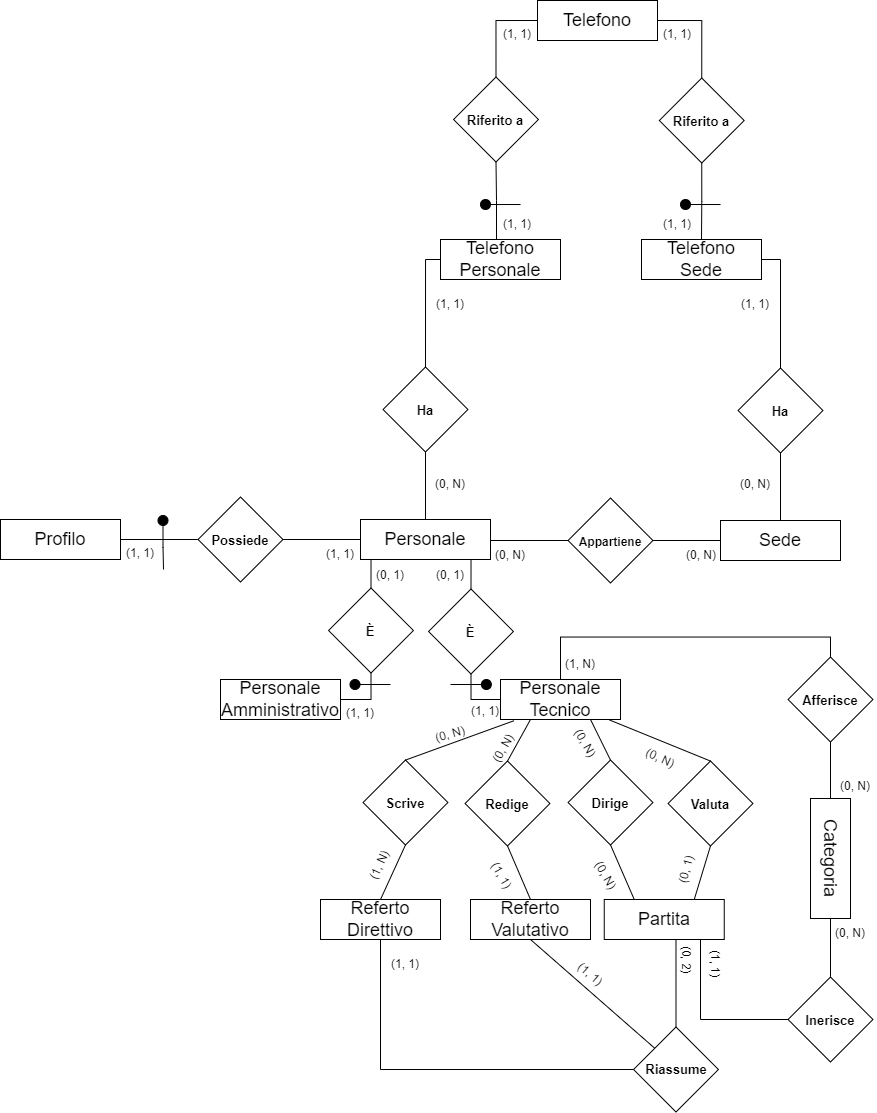
Before: ERDiagram/WhistleERRistrutturato.drawio.png, a diagram exported from draw.io (savernike/DiagramsSet). Source tidied: cells renumbered, new cells last; positions are measured from the earlier drawing's top-left corner, leaving out a move shared by most shapes.
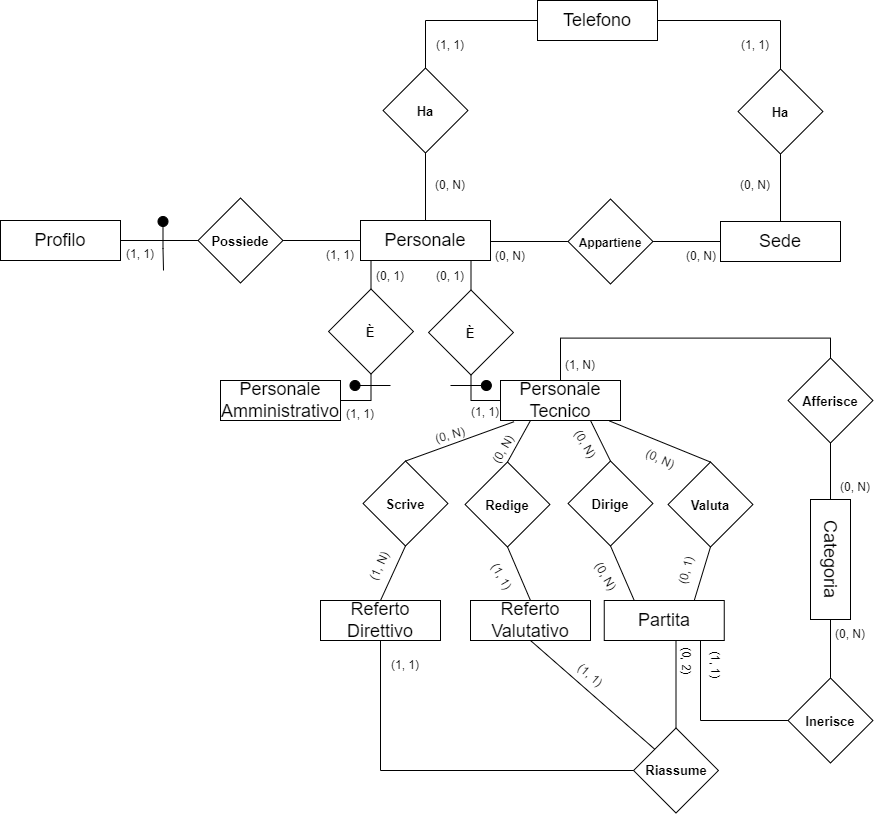
The same file after the commit.

Commit message:
Rollback divisione del telefono

What changed in the source:
```diff
@@ -202,15 +202,12 @@
     <mxCell id="64" value="(0, 2)" style="text;strokeColor=none;align=center;fillColor=none;html=1;verticalAlign=middle;whiteSpace=wrap;rounded=0;rotation=90;" parent="1" vertex="1">
       <mxGeometry x="665.5" y="944" width="40" height="30" as="geometry" />
     </mxCell>
-    <mxCell id="65" style="edgeStyle=orthogonalEdgeStyle;shape=connector;rounded=0;jettySize=auto;html=1;exitX=0;exitY=0.5;exitDx=0;exitDy=0;entryX=0;entryY=0;entryDx=0;entryDy=0;labelBackgroundColor=default;strokeColor=default;fontFamily=Helvetica;fontSize=11;fontColor=default;endArrow=none;endFill=0;" parent="1" edge="1" source="67" target="103">
-      <mxGeometry relative="1" as="geometry" />
-    </mxCell>
-    <mxCell id="66" style="edgeStyle=orthogonalEdgeStyle;shape=connector;rounded=0;jettySize=auto;html=1;exitX=1;exitY=0.5;exitDx=0;exitDy=0;entryX=0;entryY=0;entryDx=0;entryDy=0;labelBackgroundColor=default;strokeColor=default;fontFamily=Helvetica;fontSize=11;fontColor=default;endArrow=none;endFill=0;" parent="1" edge="1" source="67" target="106">
-      <mxGeometry relative="1" as="geometry" />
-    </mxCell>
     <mxCell id="67" value="&lt;font style=&quot;font-size: 18px;&quot;&gt;Telefono&lt;/font&gt;" style="rounded=0;whiteSpace=wrap;html=1;fontFamily=Helvetica;fontSize=11;fontColor=default;rotation=0;" parent="1" vertex="1">
-      <mxGeometry x="537" width="120" height="40" as="geometry" />
+      <mxGeometry x="537" y="299" width="120" height="40" as="geometry" />
     </mxCell>
+    <mxCell id="116" style="edgeStyle=orthogonalEdgeStyle;shape=connector;rounded=0;jettySize=auto;html=1;exitX=0;exitY=0;exitDx=0;exitDy=0;entryX=0;entryY=0.5;entryDx=0;entryDy=0;labelBackgroundColor=default;strokeColor=default;fontFamily=Helvetica;fontSize=11;fontColor=default;endArrow=none;endFill=0;" parent="1" edge="1" source="68" target="67">
+      <mxGeometry relative="1" as="geometry" />
+    </mxCell>
     <mxCell id="68" style="whiteSpace=wrap;html=1;fontFamily=Helvetica;fontSize=11;fontColor=default;rotation=45;" parent="1" vertex="1">
       <mxGeometry x="395" y="379" width="60" height="60" as="geometry" />
     </mxCell>
@@ -220,6 +217,9 @@
     <mxCell id="70" style="edgeStyle=orthogonalEdgeStyle;shape=connector;rounded=0;jettySize=auto;html=1;exitX=1;exitY=1;exitDx=0;exitDy=0;labelBackgroundColor=default;strokeColor=default;fontFamily=Helvetica;fontSize=11;fontColor=default;endArrow=none;endFill=0;" parent="1" edge="1" source="71" target="15">
       <mxGeometry relative="1" as="geometry" />
     </mxCell>
+    <mxCell id="117" style="edgeStyle=orthogonalEdgeStyle;rounded=0;jettySize=auto;html=1;exitX=0;exitY=0;exitDx=0;exitDy=0;entryX=1;entryY=0.5;entryDx=0;entryDy=0;endArrow=none;endFill=0;" parent="1" edge="1" source="71" target="67">
+      <mxGeometry relative="1" as="geometry" />
+    </mxCell>
     <mxCell id="71" style="whiteSpace=wrap;html=1;fontFamily=Helvetica;fontSize=11;fontColor=default;rotation=45;" parent="1" vertex="1">
       <mxGeometry x="750" y="380" width="60" height="60" as="geometry" />
     </mxCell>
@@ -229,15 +229,9 @@
     <mxCell id="73" value="(0, N)" style="text;strokeColor=none;align=center;fillColor=none;html=1;verticalAlign=middle;whiteSpace=wrap;rounded=0;rotation=0;" parent="1" vertex="1">
       <mxGeometry x="430" y="469" width="40" height="30" as="geometry" />
     </mxCell>
-    <mxCell id="74" value="(1, 1)" style="text;strokeColor=none;align=center;fillColor=none;html=1;verticalAlign=middle;whiteSpace=wrap;rounded=0;rotation=0;" parent="1" vertex="1">
-      <mxGeometry x="430" y="289" width="40" height="30" as="geometry" />
-    </mxCell>
     <mxCell id="75" value="(0, N)" style="text;strokeColor=none;align=center;fillColor=none;html=1;verticalAlign=middle;whiteSpace=wrap;rounded=0;rotation=0;" parent="1" vertex="1">
       <mxGeometry x="735" y="469" width="40" height="30" as="geometry" />
     </mxCell>
-    <mxCell id="76" value="(1, 1)" style="text;strokeColor=none;align=center;fillColor=none;html=1;verticalAlign=middle;whiteSpace=wrap;rounded=0;rotation=0;" parent="1" vertex="1">
-      <mxGeometry x="735" y="289" width="40" height="30" as="geometry" />
-    </mxCell>
     <mxCell id="77" style="whiteSpace=wrap;html=1;fontFamily=Helvetica;fontSize=11;fontColor=default;rotation=45;" parent="1" vertex="1">
       <mxGeometry x="340.5" y="600" width="60" height="60" as="geometry" />
     </mxCell>
@@ -307,76 +301,11 @@
     <mxCell id="97" value="(0, 1)" style="text;strokeColor=none;align=center;fillColor=none;html=1;verticalAlign=middle;whiteSpace=wrap;rounded=0;rotation=-75;" parent="1" vertex="1">
       <mxGeometry x="666" y="854" width="40" height="30" as="geometry" />
     </mxCell>
-    <mxCell id="98" style="edgeStyle=orthogonalEdgeStyle;rounded=0;jettySize=auto;html=1;exitX=0;exitY=0.5;exitDx=0;exitDy=0;entryX=0;entryY=0;entryDx=0;entryDy=0;endArrow=none;endFill=0;" parent="1" edge="1" source="100" target="68">
-      <mxGeometry relative="1" as="geometry">
-        <Array as="points">
-          <mxPoint x="425" y="259" />
-        </Array>
-      </mxGeometry>
-    </mxCell>
-    <mxCell id="99" style="edgeStyle=orthogonalEdgeStyle;shape=connector;rounded=0;jettySize=auto;html=1;exitX=0.5;exitY=0;exitDx=0;exitDy=0;entryX=1;entryY=1;entryDx=0;entryDy=0;labelBackgroundColor=default;strokeColor=default;fontFamily=Helvetica;fontSize=11;fontColor=default;endArrow=none;endFill=0;" parent="1" edge="1" source="100" target="103">
-      <mxGeometry relative="1" as="geometry">
-        <Array as="points">
-          <mxPoint x="496" y="239" />
-          <mxPoint x="496" y="200" />
-        </Array>
-      </mxGeometry>
-    </mxCell>
-    <mxCell id="100" value="&lt;font style=&quot;font-size: 18px;&quot;&gt;Telefono Personale&lt;/font&gt;" style="rounded=0;whiteSpace=wrap;html=1;fontFamily=Helvetica;fontSize=11;fontColor=default;rotation=0;" parent="1" vertex="1">
-      <mxGeometry x="440" y="239" width="120" height="40" as="geometry" />
-    </mxCell>
-    <mxCell id="101" style="edgeStyle=orthogonalEdgeStyle;shape=connector;rounded=0;jettySize=auto;html=1;exitX=1;exitY=0.5;exitDx=0;exitDy=0;entryX=0;entryY=0;entryDx=0;entryDy=0;labelBackgroundColor=default;strokeColor=default;fontFamily=Helvetica;fontSize=11;fontColor=default;endArrow=none;endFill=0;" parent="1" edge="1" source="102" target="71">
-      <mxGeometry relative="1" as="geometry">
-        <Array as="points">
-          <mxPoint x="780" y="259" />
-        </Array>
-      </mxGeometry>
-    </mxCell>
-    <mxCell id="102" value="&lt;font style=&quot;font-size: 18px;&quot;&gt;Telefono &lt;br&gt;Sede&lt;/font&gt;" style="rounded=0;whiteSpace=wrap;html=1;fontFamily=Helvetica;fontSize=11;fontColor=default;rotation=0;" parent="1" vertex="1">
-      <mxGeometry x="641" y="239" width="120" height="40" as="geometry" />
-    </mxCell>
-    <mxCell id="103" style="whiteSpace=wrap;html=1;fontFamily=Helvetica;fontSize=11;fontColor=default;rotation=45;" parent="1" vertex="1">
-      <mxGeometry x="465.5" y="89" width="60" height="60" as="geometry" />
-    </mxCell>
-    <mxCell id="104" value="&lt;span style=&quot;font-size: 13px;&quot;&gt;&lt;b&gt;Riferito a&lt;/b&gt;&lt;/span&gt;" style="text;strokeColor=none;align=center;fillColor=none;html=1;verticalAlign=middle;whiteSpace=wrap;rounded=0;fontSize=11;fontFamily=Helvetica;fontColor=default;" parent="1" vertex="1">
-      <mxGeometry x="465" y="105" width="60" height="30" as="geometry" />
-    </mxCell>
-    <mxCell id="105" style="edgeStyle=orthogonalEdgeStyle;shape=connector;rounded=0;jettySize=auto;html=1;exitX=1;exitY=1;exitDx=0;exitDy=0;entryX=0.5;entryY=0;entryDx=0;entryDy=0;labelBackgroundColor=default;strokeColor=default;fontFamily=Helvetica;fontSize=11;fontColor=default;endArrow=none;endFill=0;" parent="1" edge="1" source="106" target="102">
-      <mxGeometry relative="1" as="geometry" />
-    </mxCell>
-    <mxCell id="106" style="whiteSpace=wrap;html=1;fontFamily=Helvetica;fontSize=11;fontColor=default;rotation=45;" parent="1" vertex="1">
-      <mxGeometry x="671.2" y="90" width="60" height="60" as="geometry" />
-    </mxCell>
-    <mxCell id="107" value="&lt;span style=&quot;font-size: 13px;&quot;&gt;&lt;b&gt;Riferito a&lt;/b&gt;&lt;/span&gt;" style="text;strokeColor=none;align=center;fillColor=none;html=1;verticalAlign=middle;whiteSpace=wrap;rounded=0;fontSize=11;fontFamily=Helvetica;fontColor=default;" parent="1" vertex="1">
-      <mxGeometry x="670.8" y="106" width="60" height="30" as="geometry" />
-    </mxCell>
     <mxCell id="108" value="(1, 1)" style="text;strokeColor=none;align=center;fillColor=none;html=1;verticalAlign=middle;whiteSpace=wrap;rounded=0;rotation=0;" parent="1" vertex="1">
-      <mxGeometry x="497" y="19" width="40" height="30" as="geometry" />
+      <mxGeometry x="430" y="329" width="40" height="30" as="geometry" />
     </mxCell>
     <mxCell id="109" value="(1, 1)" style="text;strokeColor=none;align=center;fillColor=none;html=1;verticalAlign=middle;whiteSpace=wrap;rounded=0;rotation=0;" parent="1" vertex="1">
-      <mxGeometry x="657" y="19" width="40" height="30" as="geometry" />
+      <mxGeometry x="735" y="329" width="40" height="30" as="geometry" />
     </mxCell>
-    <mxCell id="110" value="(1, 1)" style="text;strokeColor=none;align=center;fillColor=none;html=1;verticalAlign=middle;whiteSpace=wrap;rounded=0;rotation=0;" parent="1" vertex="1">
-      <mxGeometry x="657" y="209" width="40" height="30" as="geometry" />
-    </mxCell>
-    <mxCell id="111" value="(1, 1)" style="text;strokeColor=none;align=center;fillColor=none;html=1;verticalAlign=middle;whiteSpace=wrap;rounded=0;rotation=0;" parent="1" vertex="1">
-      <mxGeometry x="497" y="209" width="40" height="30" as="geometry" />
-    </mxCell>
-    <mxCell id="112" style="edgeStyle=orthogonalEdgeStyle;shape=connector;rounded=0;jettySize=auto;html=1;exitX=1;exitY=0.5;exitDx=0;exitDy=0;labelBackgroundColor=default;strokeColor=default;fontFamily=Helvetica;fontSize=11;fontColor=default;endArrow=none;endFill=0;" parent="1" edge="1" source="113">
-      <mxGeometry relative="1" as="geometry">
-        <mxPoint x="520" y="204" as="targetPoint" />
-      </mxGeometry>
-    </mxCell>
-    <mxCell id="113" style="ellipse;whiteSpace=wrap;html=1;fontFamily=Helvetica;fontSize=11;fontColor=default;fillColor=#000000;" parent="1" vertex="1">
-      <mxGeometry x="480" y="199" width="10" height="10" as="geometry" />
-    </mxCell>
-    <mxCell id="114" style="edgeStyle=orthogonalEdgeStyle;shape=connector;rounded=0;jettySize=auto;html=1;exitX=1;exitY=0.5;exitDx=0;exitDy=0;labelBackgroundColor=default;strokeColor=default;fontFamily=Helvetica;fontSize=11;fontColor=default;endArrow=none;endFill=0;" parent="1" edge="1" source="115">
-      <mxGeometry relative="1" as="geometry">
-        <mxPoint x="720" y="204" as="targetPoint" />
-      </mxGeometry>
-    </mxCell>
-    <mxCell id="115" style="ellipse;whiteSpace=wrap;html=1;fontFamily=Helvetica;fontSize=11;fontColor=default;fillColor=#000000;" parent="1" vertex="1">
-      <mxGeometry x="680" y="199" width="10" height="10" as="geometry" />
-    </mxCell>
   </root>
 </mxGraphModel>
```
